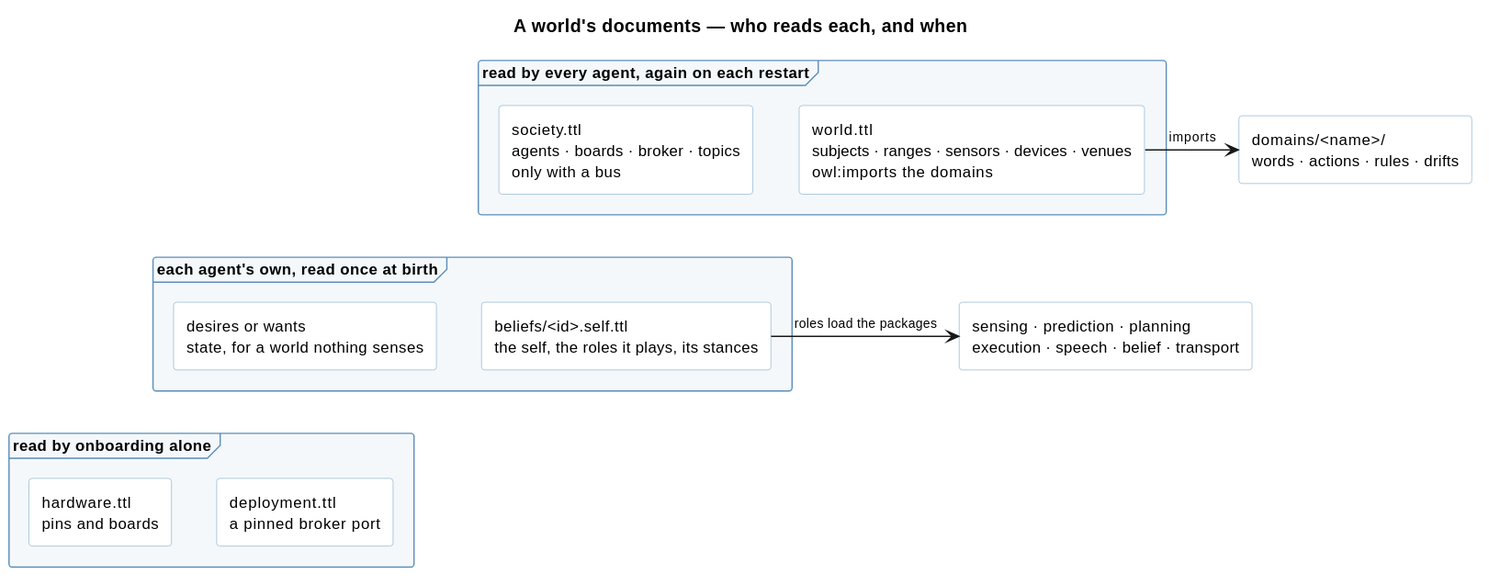
This is knowledge/diagrams/runbook-world-documents.svg from ShishkinDmitriy/orexis, a PlantUML export, as it was before one commit. Its diagram source:
```plantuml
@startuml
title A world's documents — who reads each, and when

skinparam shadowing false
skinparam defaultFontSize 12
skinparam titleFontSize 14
skinparam ArrowFontSize 10
skinparam rectangle {
  BackgroundColor #FFFFFF
  BorderColor #8FB4D0
}
skinparam frame {
  BackgroundColor #F4F8FB
  BorderColor #5B8DB8
}

frame "read by every agent, again on each restart" {
  rectangle "world.ttl\nsubjects · ranges · sensors · devices · venues\nowl:imports the domains" as W
  rectangle "society.ttl\nagents · boards · broker · topics\nonly with a bus" as S
}
frame "each agent's own, read once at birth" {
  rectangle "beliefs/<id>.self.ttl\nthe self, the roles it plays, its stances" as SELF
  rectangle "desires or wants\nstate, for a world nothing senses" as DES
}
frame "read by onboarding alone" {
  rectangle "deployment.ttl\na pinned broker port" as DEP
  rectangle "hardware.ttl\npins and boards" as HW
}
rectangle "domains/<name>/\nwords · actions · rules · drifts" as DOM
rectangle "sensing · prediction · planning\nexecution · speech · belief · transport" as PK

W -right-> DOM : imports
SELF -right-> PK : roles load the packages
S -[hidden]down-> SELF
DES -[hidden]down-> DEP
@enduml
```
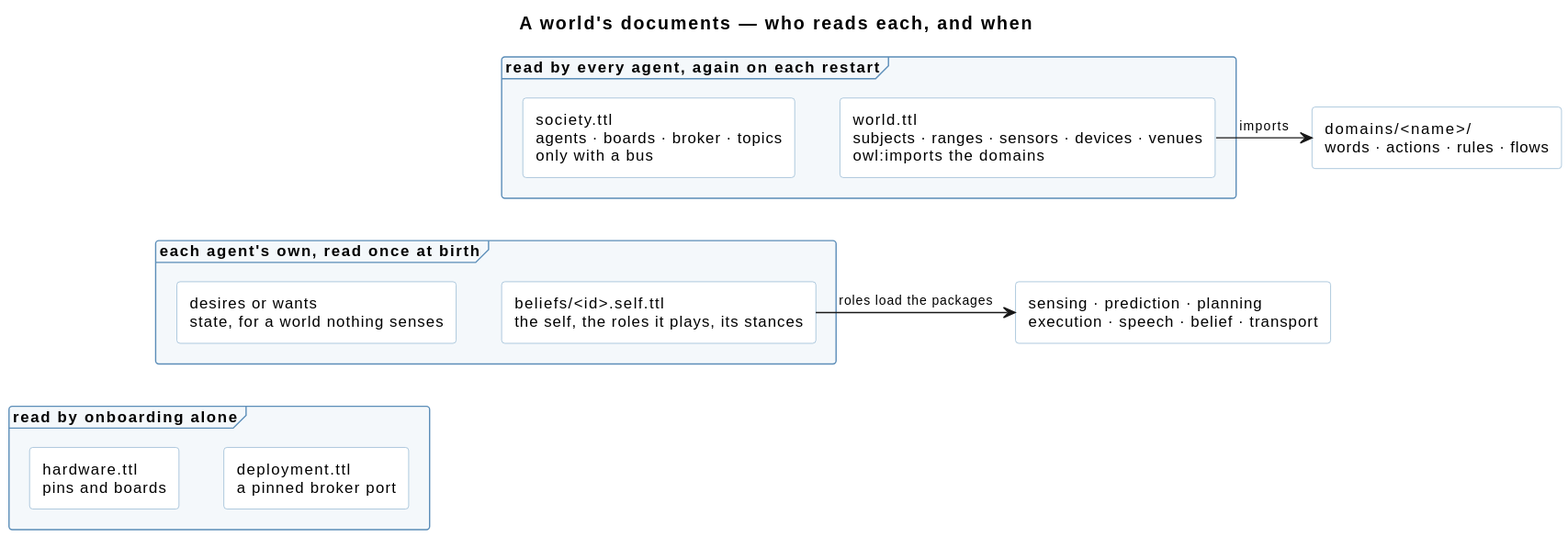
The same diagram one commit later.

Diff of the diagram source:
```diff
@@ -26,7 +26,7 @@
   rectangle "deployment.ttl\na pinned broker port" as DEP
   rectangle "hardware.ttl\npins and boards" as HW
 }
-rectangle "domains/<name>/\nwords · actions · rules · drifts" as DOM
+rectangle "domains/<name>/\nwords · actions · rules · flows" as DOM
 rectangle "sensing · prediction · planning\nexecution · speech · belief · transport" as PK
 
 W -right-> DOM : imports
```
